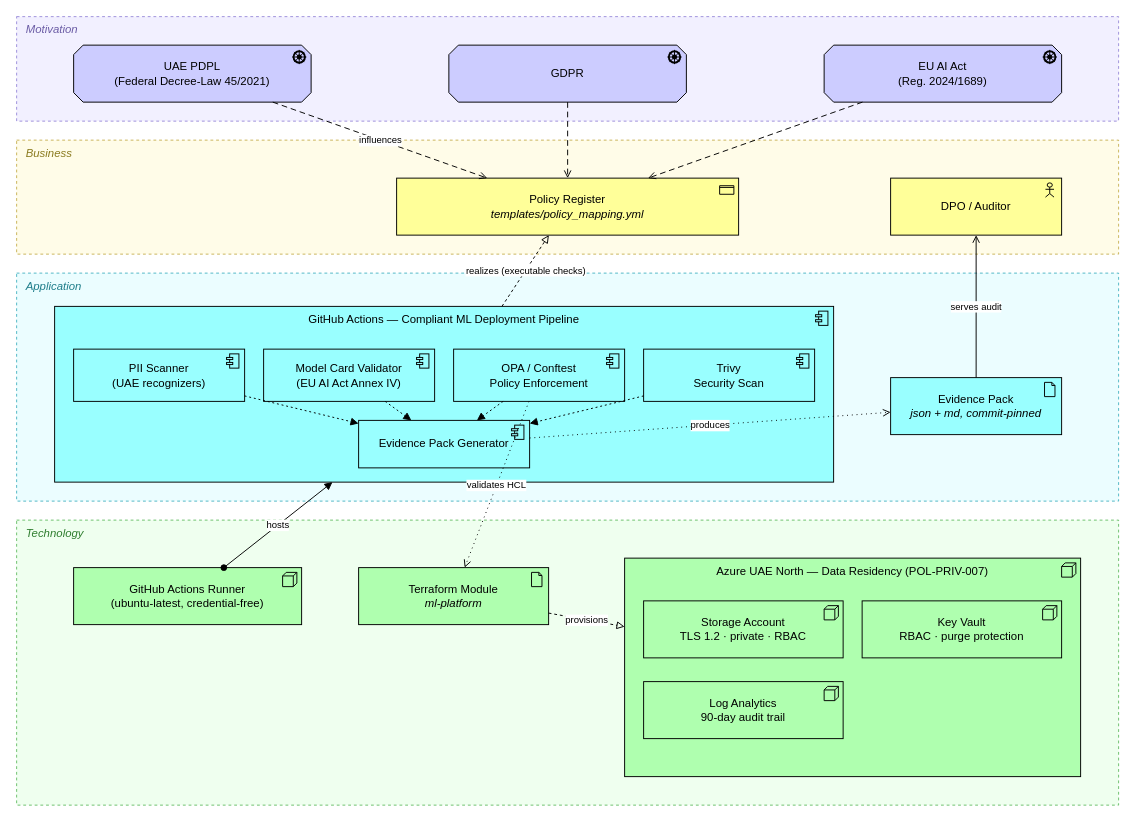
This is docs/architecture.drawio from actions-marketplace-validations/mmubarak-io_ai-compliance-gates, a draw.io file, before an edit. Source tidied: cells renumbered, new cells numbered last; positions are measured from the earlier drawing's top-left corner, leaving out a move shared by most shapes. Both pictures are drawn from the tidied source at 95%, with x=0, y=0 at pixel (16, 16).
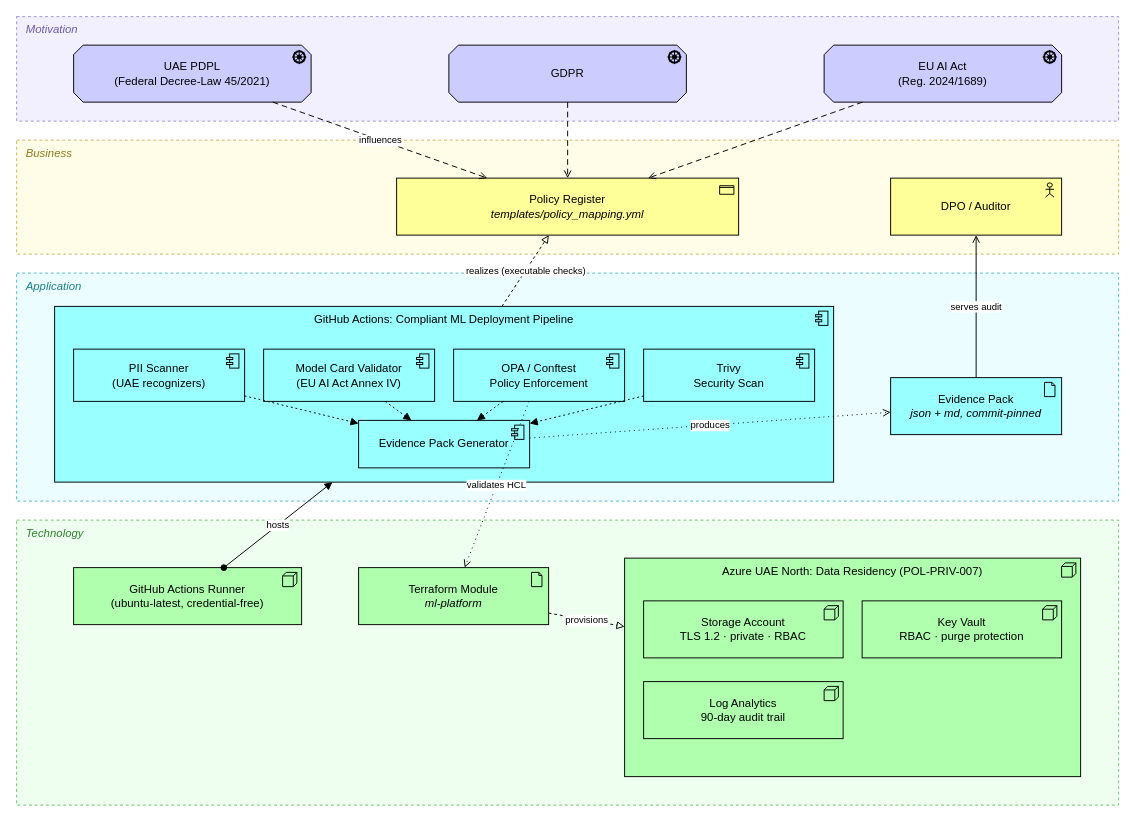
The same diagram, later.

The edit, as a diff of the source:
```diff
@@
-    <mxCell id="11" value="GitHub Actions — Compliant ML Deployment Pipeline" style="html=1;whiteSpace=wrap;shape=mxgraph.archimate3.application;appType=comp;archiType=square;fillColor=#99FFFF;verticalAlign=top;" parent="1" vertex="1">
+    <mxCell id="11" value="GitHub Actions: Compliant ML Deployment Pipeline" style="html=1;whiteSpace=wrap;shape=mxgraph.archimate3.application;appType=comp;archiType=square;fillColor=#99FFFF;verticalAlign=top;" parent="1" vertex="1">
       <mxGeometry x="40" y="305" width="820" height="185" as="geometry" />
     </mxCell>
@@
-    <mxCell id="20" value="Azure UAE North — Data Residency (POL-PRIV-007)" style="html=1;whiteSpace=wrap;shape=mxgraph.archimate3.application;appType=node;archiType=square;fillColor=#AFFFAF;verticalAlign=top;" parent="1" vertex="1">
+    <mxCell id="20" value="Azure UAE North: Data Residency (POL-PRIV-007)" style="html=1;whiteSpace=wrap;shape=mxgraph.archimate3.application;appType=node;archiType=square;fillColor=#AFFFAF;verticalAlign=top;" parent="1" vertex="1">
       <mxGeometry x="640" y="570" width="480" height="230" as="geometry" />
     </mxCell>
```
